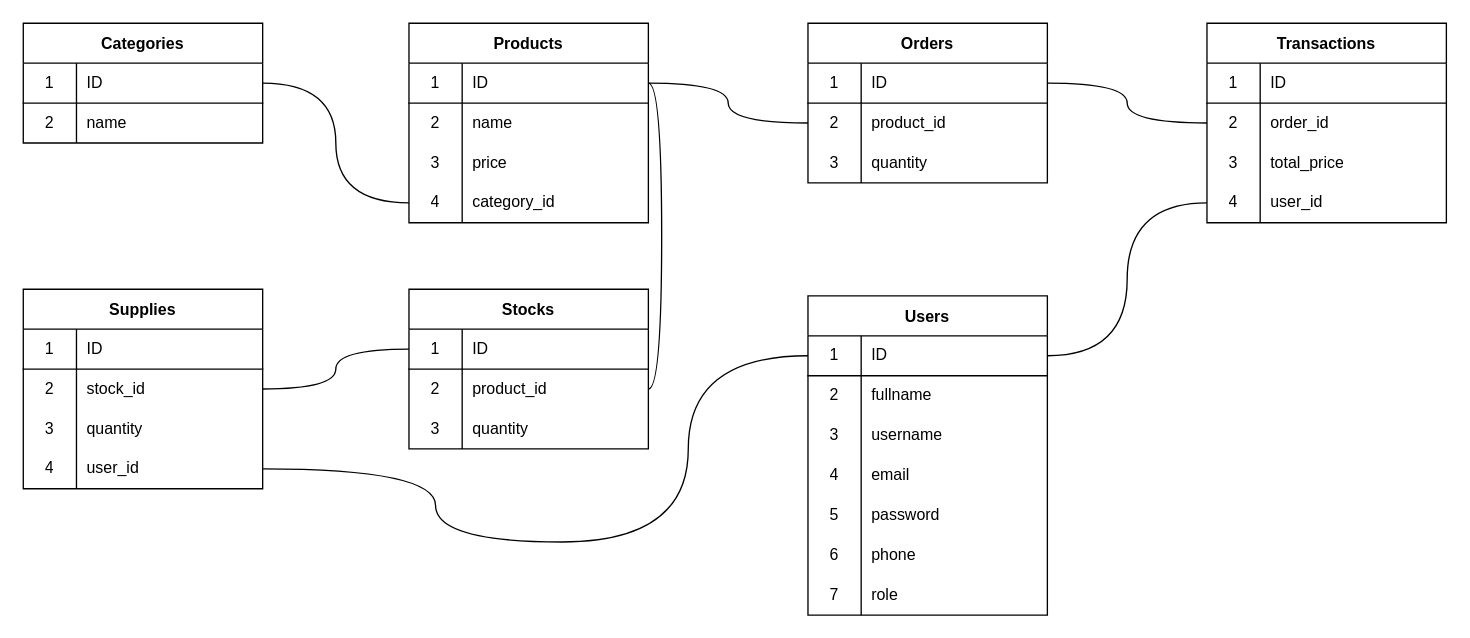
Before: pos.drawio in fatihrizqon/pos, a draw.io diagram. Source tidied: cells renumbered, new cells numbered last; positions are measured from the earlier drawing's top-left corner, leaving out a move shared by most shapes. Both pictures are drawn from the tidied source at 133%, with x=0, y=0 at pixel (23, 23).
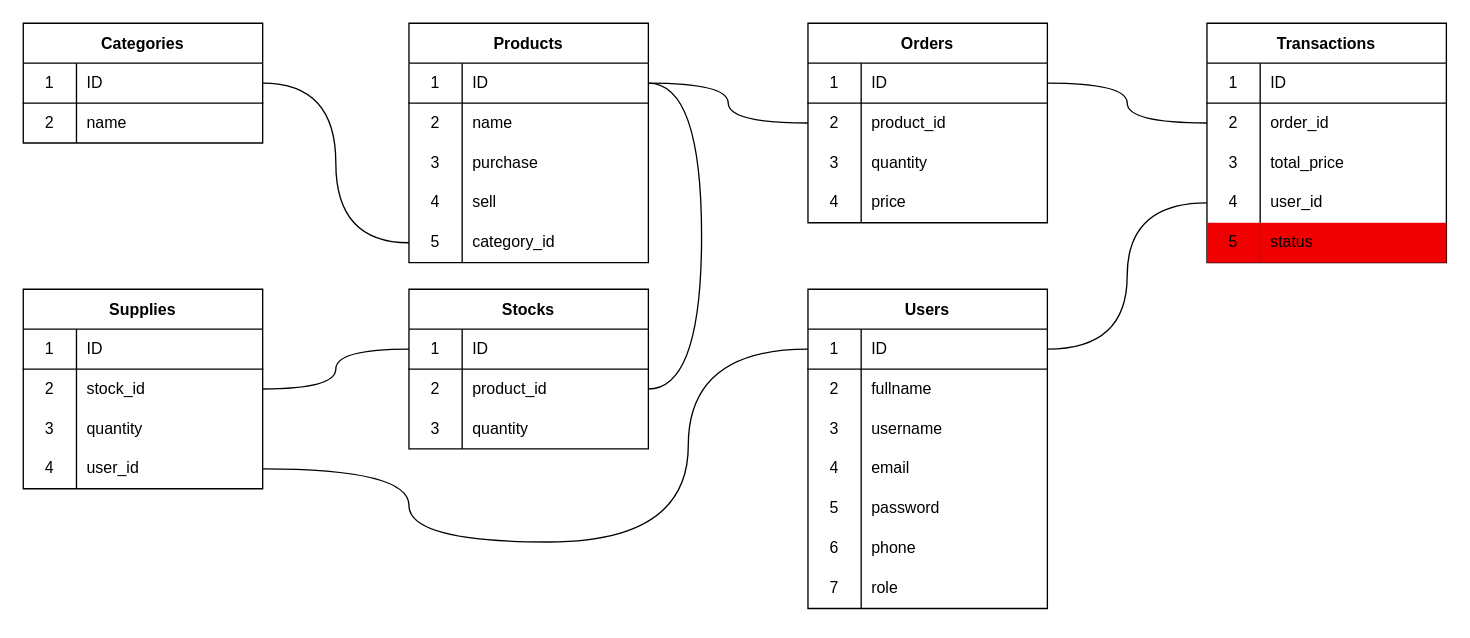
After the change.

Unchanged cells that the change refers to:
```xml
<mxCell id="3" style="shape=partialRectangle;html=1;whiteSpace=wrap;fillColor=none;top=0;left=0;bottom=1;right=0;points=[[0,0.5],[1,0.5]];portConstraint=eastwest;" parent="2" vertex="1">
  <mxGeometry y="30" width="180" height="30" as="geometry" />
</mxCell>
<mxCell id="52" style="shape=partialRectangle;html=1;whiteSpace=wrap;fillColor=none;top=0;left=0;bottom=1;right=0;points=[[0,0.5],[1,0.5]];portConstraint=eastwest;" parent="51" vertex="1">
  <mxGeometry y="30" width="180" height="30" as="geometry" />
</mxCell>
<mxCell id="58" style="shape=partialRectangle;html=1;whiteSpace=wrap;fillColor=none;top=0;left=0;bottom=0;right=0;" parent="51" vertex="1">
  <mxGeometry y="90" width="180" height="30" as="geometry" />
</mxCell>
<mxCell id="68" style="shape=partialRectangle;html=1;whiteSpace=wrap;fillColor=none;top=0;left=0;bottom=0;right=0;points=[[0,0.5],[1,0.5]];portConstraint=eastwest;" parent="64" vertex="1">
  <mxGeometry y="60" width="180" height="30" as="geometry" />
</mxCell>
<mxCell id="92" style="shape=partialRectangle;html=1;whiteSpace=wrap;fillColor=none;top=0;left=0;bottom=0;right=0;points=[[0,0.5],[1,0.5]];portConstraint=eastwest;" parent="82" vertex="1">
  <mxGeometry y="120" width="180" height="30" as="geometry" />
</mxCell>
```

The edit, as a diff of the source:
```diff
@@
     <mxCell id="2" value="Users" style="shape=table;startSize=30;childLayout=tableLayout;rowLines=0;fontStyle=1;align=center;" parent="1" vertex="1">
-      <mxGeometry x="590" y="205" width="180" height="240" as="geometry" />
+      <mxGeometry x="590" y="200" width="180" height="240" as="geometry" />
     </mxCell>
@@
     <mxCell id="26" value="Orders" style="shape=table;startSize=30;childLayout=tableLayout;rowLines=0;fontStyle=1;align=center;" parent="1" vertex="1">
-      <mxGeometry x="590" width="180" height="120" as="geometry" />
+      <mxGeometry x="590" width="180" height="150" as="geometry" />
     </mxCell>
@@
+    <mxCell id="97" style="shape=partialRectangle;html=1;whiteSpace=wrap;fillColor=none;top=0;left=0;bottom=0;right=0;" parent="26" vertex="1">
+      <mxGeometry y="120" width="180" height="30" as="geometry" />
+    </mxCell>
+    <mxCell id="98" value="4" style="shape=partialRectangle;html=1;whiteSpace=wrap;fillColor=none;top=0;left=0;bottom=0;right=0;overflow=hidden;" parent="97" vertex="1">
+      <mxGeometry width="40" height="30" as="geometry" />
+    </mxCell>
+    <mxCell id="99" value="price" style="shape=partialRectangle;html=1;whiteSpace=wrap;fillColor=none;top=0;left=0;bottom=0;right=0;align=left;spacingLeft=6;overflow=hidden;" parent="97" vertex="1">
+      <mxGeometry x="40" width="140" height="30" as="geometry" />
+    </mxCell>
     <mxCell id="36" value="Transactions" style="shape=table;startSize=30;childLayout=tableLayout;rowLines=0;fontStyle=1;align=center;" parent="1" vertex="1">
-      <mxGeometry x="890" width="180" height="150" as="geometry" />
+      <mxGeometry x="890" width="180" height="180" as="geometry" />
     </mxCell>
@@
+    <mxCell id="100" style="shape=partialRectangle;html=1;whiteSpace=wrap;fillColor=none;top=0;left=0;bottom=0;right=0;strokeColor=#F00000;" parent="36" vertex="1">
+      <mxGeometry y="150" width="180" height="30" as="geometry" />
+    </mxCell>
+    <mxCell id="101" value="5" style="shape=partialRectangle;html=1;whiteSpace=wrap;fillColor=#F00000;top=0;left=0;bottom=0;right=0;overflow=hidden;" parent="100" vertex="1">
+      <mxGeometry width="40" height="30" as="geometry" />
+    </mxCell>
+    <mxCell id="102" value="status" style="shape=partialRectangle;html=1;whiteSpace=wrap;fillColor=#F00000;top=0;left=0;bottom=0;right=0;align=left;spacingLeft=6;overflow=hidden;" parent="100" vertex="1">
+      <mxGeometry x="40" width="140" height="30" as="geometry" />
+    </mxCell>
     <mxCell id="49" style="edgeStyle=orthogonalEdgeStyle;curved=1;html=1;elbow=vertical;exitX=1;exitY=0.5;exitDx=0;exitDy=0;endArrow=none;entryX=1;entryY=0.5;entryDx=0;entryDy=0;" parent="1" edge="1" source="52" target="68">
-      <mxGeometry relative="1" as="geometry" />
+      <mxGeometry relative="1" as="geometry">
+        <Array as="points">
+          <mxPoint x="510" y="45" />
+          <mxPoint x="510" y="275" />
+        </Array>
+      </mxGeometry>
     </mxCell>
@@
     <mxCell id="51" value="Products" style="shape=table;startSize=30;childLayout=tableLayout;rowLines=0;fontStyle=1;align=center;" parent="1" vertex="1">
-      <mxGeometry x="290" width="180" height="150" as="geometry" />
+      <mxGeometry x="290" width="180" height="180" as="geometry" />
     </mxCell>
@@
-    <mxCell id="60" value="price" style="shape=partialRectangle;html=1;whiteSpace=wrap;fillColor=none;top=0;left=0;bottom=0;right=0;align=left;spacingLeft=6;overflow=hidden;" parent="58" vertex="1">
+    <mxCell id="60" value="purchase" style="shape=partialRectangle;html=1;whiteSpace=wrap;fillColor=none;top=0;left=0;bottom=0;right=0;align=left;spacingLeft=6;overflow=hidden;" parent="58" vertex="1">
       <mxGeometry x="40" width="140" height="30" as="geometry" />
     </mxCell>
+    <mxCell id="103" style="shape=partialRectangle;html=1;whiteSpace=wrap;fillColor=none;top=0;left=0;bottom=0;right=0;" parent="51" vertex="1">
+      <mxGeometry y="120" width="180" height="30" as="geometry" />
+    </mxCell>
+    <mxCell id="104" value="4" style="shape=partialRectangle;html=1;whiteSpace=wrap;fillColor=none;top=0;left=0;bottom=0;right=0;overflow=hidden;" parent="103" vertex="1">
+      <mxGeometry width="40" height="30" as="geometry" />
+    </mxCell>
+    <mxCell id="105" value="sell" style="shape=partialRectangle;html=1;whiteSpace=wrap;fillColor=none;top=0;left=0;bottom=0;right=0;align=left;spacingLeft=6;overflow=hidden;" parent="103" vertex="1">
+      <mxGeometry x="40" width="140" height="30" as="geometry" />
+    </mxCell>
     <mxCell id="61" style="shape=partialRectangle;html=1;whiteSpace=wrap;fillColor=none;top=0;left=0;bottom=0;right=0;points=[[0,0.5],[1,0.5]];portConstraint=eastwest;" parent="51" vertex="1">
-      <mxGeometry y="120" width="180" height="30" as="geometry" />
+      <mxGeometry y="150" width="180" height="30" as="geometry" />
     </mxCell>
-    <mxCell id="62" value="4" style="shape=partialRectangle;html=1;whiteSpace=wrap;fillColor=none;top=0;left=0;bottom=0;right=0;overflow=hidden;" parent="61" vertex="1">
+    <mxCell id="62" value="5" style="shape=partialRectangle;html=1;whiteSpace=wrap;fillColor=none;top=0;left=0;bottom=0;right=0;overflow=hidden;" parent="61" vertex="1">
       <mxGeometry width="40" height="30" as="geometry" />
     </mxCell>
@@
     <mxCell id="96" style="edgeStyle=orthogonalEdgeStyle;curved=1;html=1;exitX=1;exitY=0.5;exitDx=0;exitDy=0;entryX=0;entryY=0.5;entryDx=0;entryDy=0;endArrow=none;" parent="1" edge="1" source="92" target="3">
       <mxGeometry relative="1" as="geometry">
         <Array as="points">
-          <mxPoint x="310" y="335" />
-          <mxPoint x="310" y="390" />
+          <mxPoint x="290" y="335" />
+          <mxPoint x="290" y="390" />
           <mxPoint x="500" y="390" />
-          <mxPoint x="500" y="250" />
+          <mxPoint x="500" y="245" />
         </Array>
       </mxGeometry>
     </mxCell>
```
